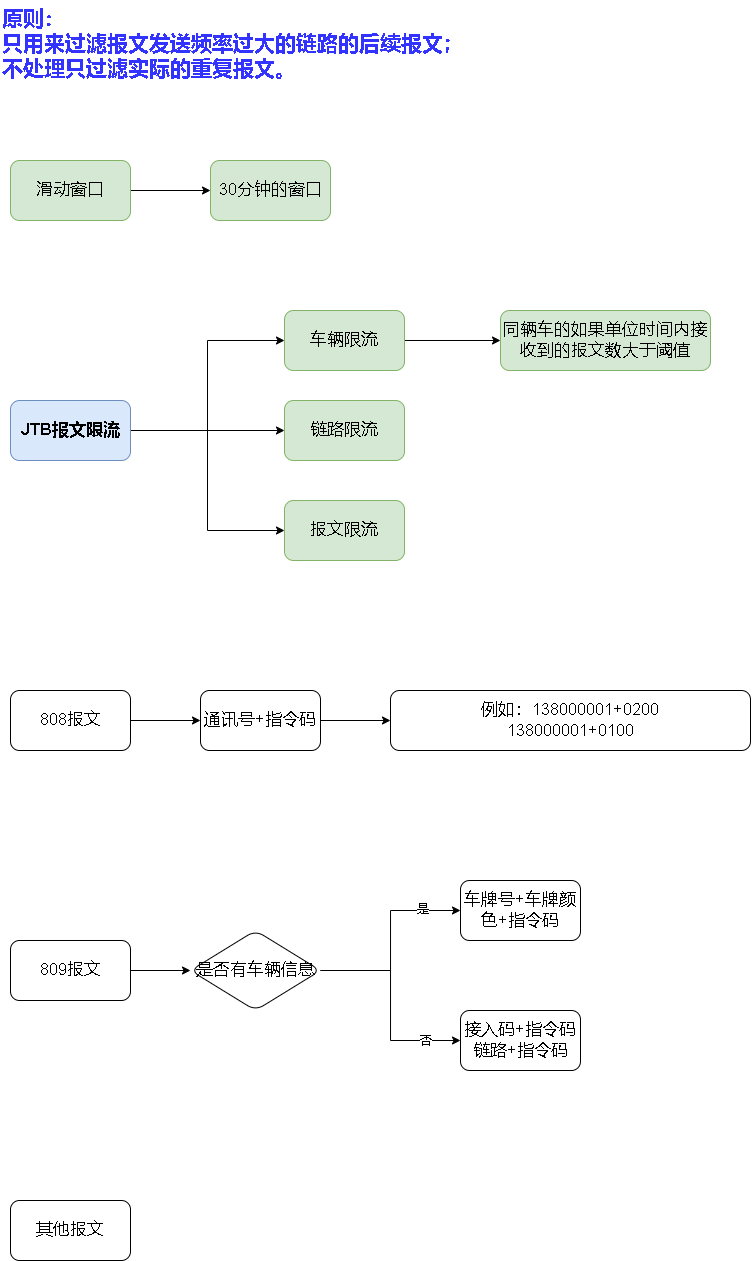
The draw.io diagram jtb报文限流.drawio.png in xktder/draw, before a commit. Source tidied: cells renumbered, new cells last; positions are measured from the earlier drawing's top-left corner, leaving out a move shared by most shapes.
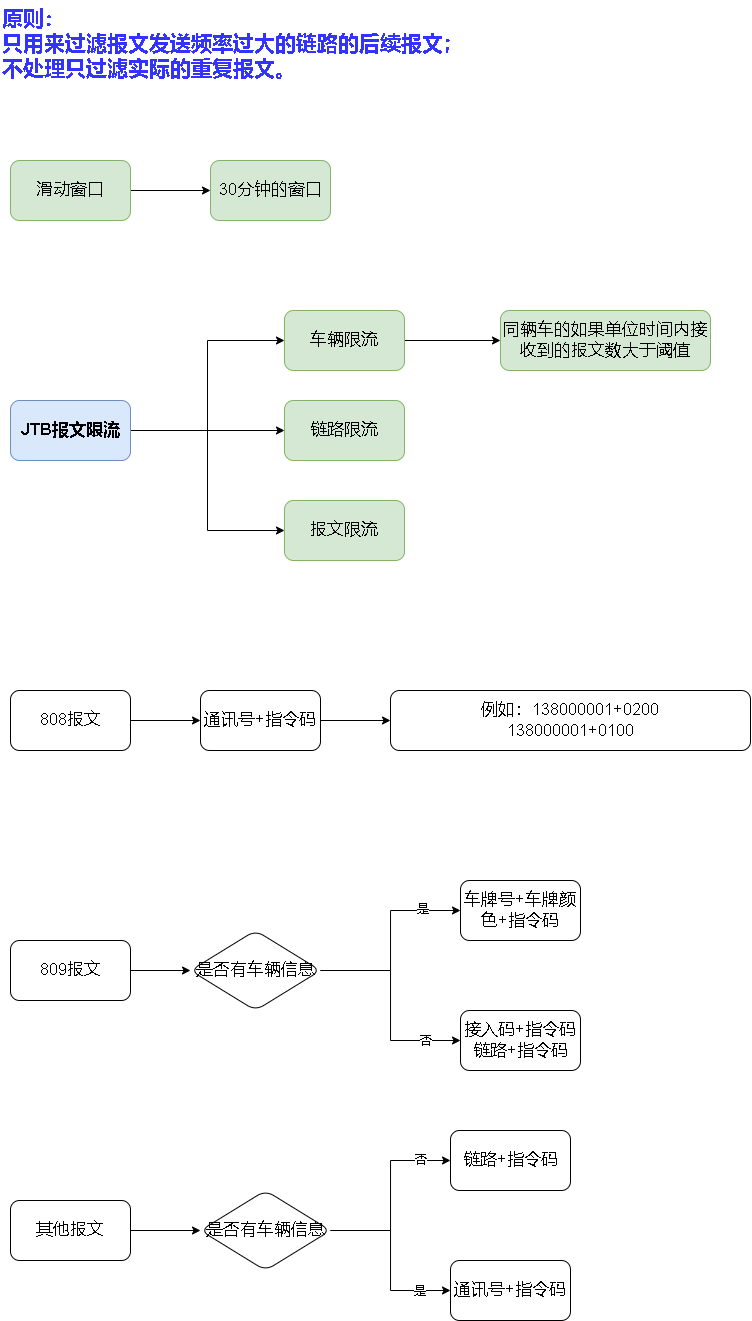
Above is the later version.

Commit message:
更新jtb报文限流.drawio.png

Diff of the diagram source:
```diff
@@ -26,6 +26,9 @@
     <mxCell id="9" value="809报文" style="rounded=1;whiteSpace=wrap;html=1;fontSize=17;" parent="1" vertex="1">
       <mxGeometry x="10" y="940" width="120" height="60" as="geometry" />
     </mxCell>
+    <mxCell id="30" style="edgeStyle=orthogonalEdgeStyle;rounded=0;jettySize=auto;html=1;fontSize=12;fontColor=#000000;" parent="1" edge="1" source="10" target="35">
+      <mxGeometry relative="1" as="geometry" />
+    </mxCell>
     <mxCell id="10" value="其他报文" style="rounded=1;whiteSpace=wrap;html=1;fontSize=17;" parent="1" vertex="1">
       <mxGeometry x="10" y="1200" width="120" height="60" as="geometry" />
     </mxCell>
@@ -90,5 +93,30 @@
     <mxCell id="29" value="车牌号+车牌颜色+指令码" style="whiteSpace=wrap;html=1;fontSize=17;rounded=1;" parent="1" vertex="1">
       <mxGeometry x="460" y="880" width="120" height="60" as="geometry" />
     </mxCell>
+    <mxCell id="31" style="edgeStyle=orthogonalEdgeStyle;rounded=0;jettySize=auto;html=1;fontSize=12;fontColor=#000000;" parent="1" edge="1" source="35" target="36">
+      <mxGeometry relative="1" as="geometry" />
+    </mxCell>
+    <mxCell id="32" value="否" style="edgeLabel;html=1;align=center;verticalAlign=middle;fontSize=12;fontColor=#000000;" parent="31" vertex="1">
+      <mxGeometry x="0.6" relative="1" as="geometry">
+        <mxPoint x="7" as="offset" />
+      </mxGeometry>
+    </mxCell>
+    <mxCell id="33" style="edgeStyle=orthogonalEdgeStyle;rounded=0;jettySize=auto;html=1;fontSize=12;fontColor=#000000;" parent="1" edge="1" source="35" target="37">
+      <mxGeometry relative="1" as="geometry" />
+    </mxCell>
+    <mxCell id="34" value="是" style="edgeLabel;html=1;align=center;verticalAlign=middle;fontSize=12;fontColor=#000000;" parent="33" vertex="1">
+      <mxGeometry x="0.56" y="-2" relative="1" as="geometry">
+        <mxPoint x="8" y="-1" as="offset" />
+      </mxGeometry>
+    </mxCell>
+    <mxCell id="35" value="是否有车辆信息" style="rhombus;whiteSpace=wrap;html=1;fontSize=17;rounded=1;" parent="1" vertex="1">
+      <mxGeometry x="200" y="1190" width="130" height="80" as="geometry" />
+    </mxCell>
+    <mxCell id="36" value="链路+指令码" style="whiteSpace=wrap;html=1;fontSize=17;rounded=1;" parent="1" vertex="1">
+      <mxGeometry x="450" y="1130" width="120" height="60" as="geometry" />
+    </mxCell>
+    <mxCell id="37" value="通讯号+指令码" style="whiteSpace=wrap;html=1;fontSize=17;rounded=1;" parent="1" vertex="1">
+      <mxGeometry x="450" y="1260" width="120" height="60" as="geometry" />
+    </mxCell>
   </root>
 </mxGraphModel>
```
